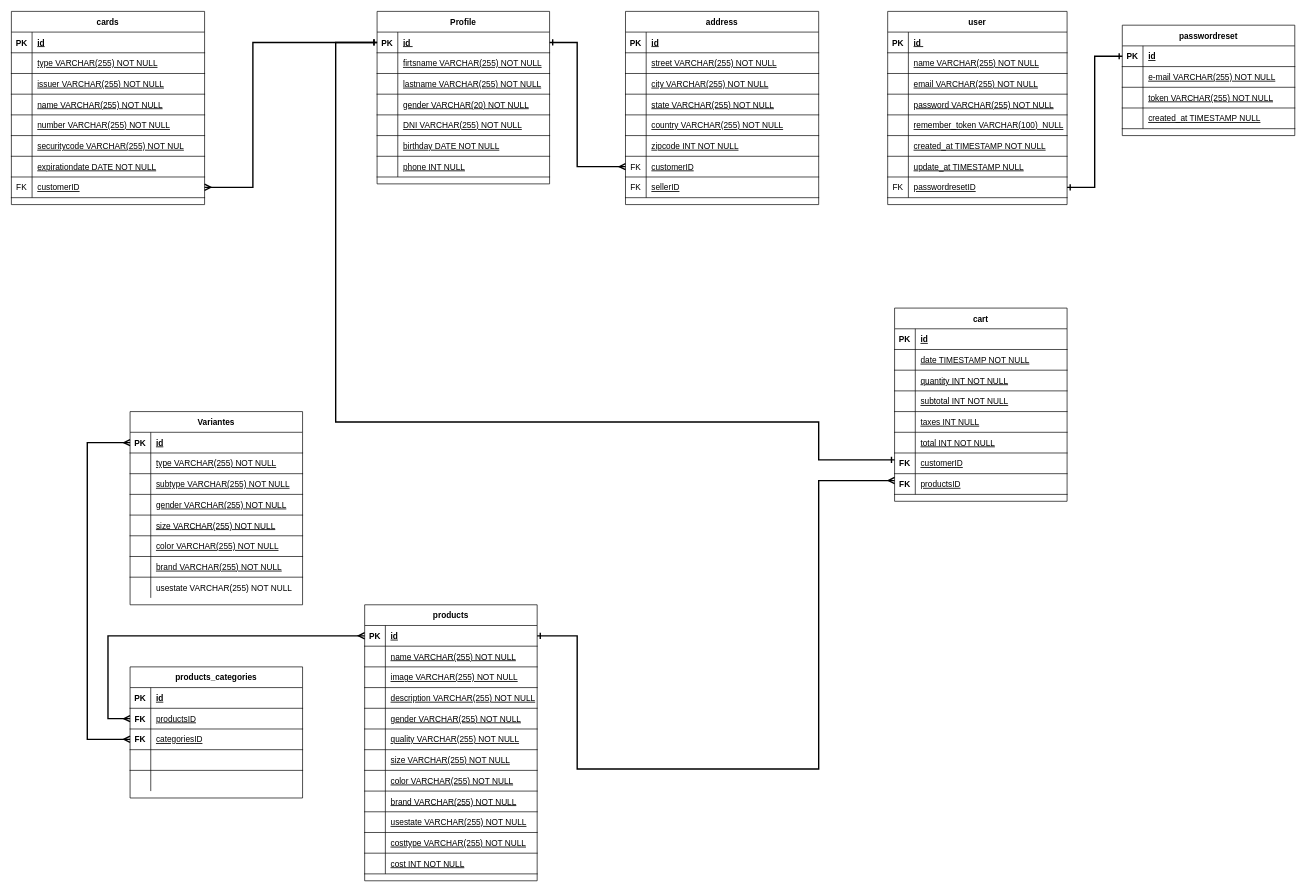
This is Untitled Diagram.drawio from canetemauricio/equipo11, a draw.io file, before an edit. Source tidied: cells renumbered, new cells numbered last; positions are measured from the earlier drawing's top-left corner, leaving out a move shared by most shapes. Both pictures are drawn from the tidied source at 69%, with x=0, y=0 at pixel (11, 11).
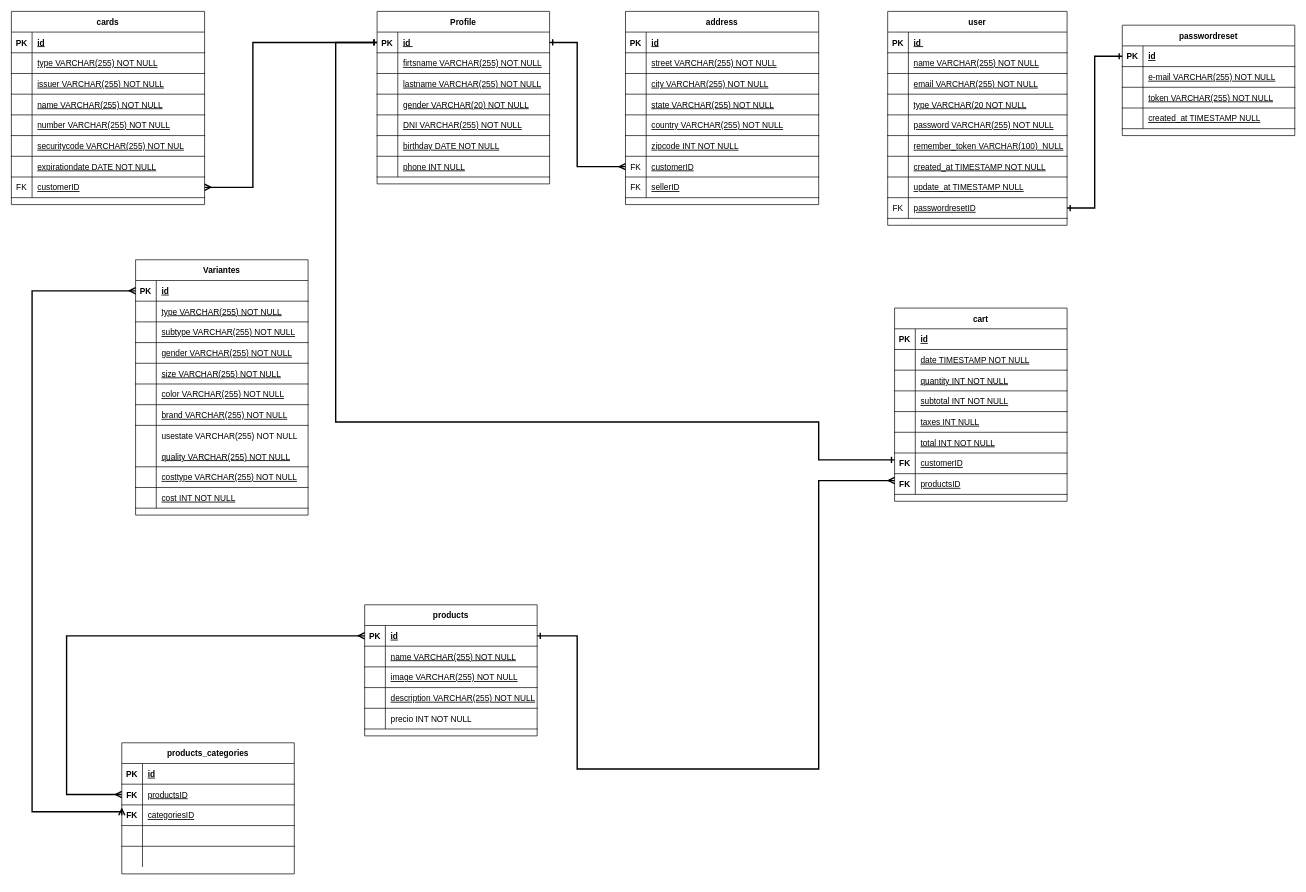
The same page after the edit.

The change refers to these unchanged cells:
```xml
<mxCell id="25" style="shape=partialRectangle;fillColor=none;points=[[0,0.5],[1,0.5]];portConstraint=eastwest;top=0;left=0;right=0;bottom=1;" parent="24" vertex="1">
  <mxGeometry y="30" width="250" height="30" as="geometry" />
</mxCell>
<mxCell id="37" style="shape=partialRectangle;fillColor=none;top=0;left=0;right=0;bottom=1;fontStyle=0;" parent="24" vertex="1">
  <mxGeometry y="150" width="250" height="30" as="geometry" />
</mxCell>
<mxCell id="186" style="shape=partialRectangle;fillColor=none;points=[[0,0.5],[1,0.5]];portConstraint=eastwest;top=0;left=0;right=0;bottom=1;" parent="182" vertex="1">
  <mxGeometry y="60" width="250" height="30" as="geometry" />
</mxCell>
<mxCell id="189" style="shape=partialRectangle;fillColor=none;points=[[0,0.5],[1,0.5]];portConstraint=eastwest;top=0;left=0;right=0;bottom=1;" parent="182" vertex="1">
  <mxGeometry y="90" width="250" height="30" as="geometry" />
</mxCell>
<mxCell id="200" style="shape=partialRectangle;fillColor=none;points=[[0,0.5],[1,0.5]];portConstraint=eastwest;top=0;left=0;right=0;bottom=1;" parent="199" vertex="1">
  <mxGeometry y="30" width="250" height="30" as="geometry" />
</mxCell>
```

Diff of the diagram source:
```diff
@@
     <mxCell id="24" value="products" style="shape=table;startSize=30;childLayout=tableLayout;rowLines=0;fontStyle=1;align=center;" parent="1" vertex="1">
-      <mxGeometry x="512" y="860" width="250" height="400" as="geometry" />
+      <mxGeometry x="512" y="860" width="250" height="190" as="geometry" />
     </mxCell>
@@
-    <mxCell id="39" value="gender VARCHAR(255) NOT NULL" style="shape=partialRectangle;overflow=hidden;fillColor=none;top=0;left=0;bottom=0;right=0;align=left;spacingLeft=6;fontStyle=4;" parent="37" vertex="1">
+    <mxCell id="39" value="precio INT NOT NULL" style="shape=partialRectangle;overflow=hidden;fillColor=none;top=0;left=0;bottom=0;right=0;align=left;spacingLeft=6;fontStyle=0;" parent="37" vertex="1">
       <mxGeometry x="30" width="220" height="30" as="geometry" />
     </mxCell>
-    <mxCell id="40" style="shape=partialRectangle;fillColor=none;top=0;left=0;right=0;bottom=1;fontStyle=0;" parent="24" vertex="1">
-      <mxGeometry y="180" width="250" height="30" as="geometry" />
-    </mxCell>
-    <mxCell id="41" style="shape=partialRectangle;overflow=hidden;fillColor=none;top=0;left=0;bottom=0;right=0;fontStyle=0;" parent="40" vertex="1">
-      <mxGeometry width="30" height="30" as="geometry" />
-    </mxCell>
-    <mxCell id="42" value="quality VARCHAR(255) NOT NULL" style="shape=partialRectangle;overflow=hidden;fillColor=none;top=0;left=0;bottom=0;right=0;align=left;spacingLeft=6;fontStyle=4;" parent="40" vertex="1">
-      <mxGeometry x="30" width="220" height="30" as="geometry" />
-    </mxCell>
-    <mxCell id="43" style="shape=partialRectangle;fillColor=none;top=0;left=0;right=0;bottom=1;fontStyle=0;" parent="24" vertex="1">
-      <mxGeometry y="210" width="250" height="30" as="geometry" />
-    </mxCell>
-    <mxCell id="44" style="shape=partialRectangle;overflow=hidden;fillColor=none;top=0;left=0;bottom=0;right=0;fontStyle=0;" parent="43" vertex="1">
-      <mxGeometry width="30" height="30" as="geometry" />
-    </mxCell>
-    <mxCell id="45" value="size VARCHAR(255) NOT NULL" style="shape=partialRectangle;overflow=hidden;fillColor=none;top=0;left=0;bottom=0;right=0;align=left;spacingLeft=6;fontStyle=4;" parent="43" vertex="1">
-      <mxGeometry x="30" width="220" height="30" as="geometry" />
-    </mxCell>
-    <mxCell id="46" style="shape=partialRectangle;fillColor=none;top=0;left=0;right=0;bottom=1;fontStyle=0;" parent="24" vertex="1">
-      <mxGeometry y="240" width="250" height="30" as="geometry" />
-    </mxCell>
-    <mxCell id="47" style="shape=partialRectangle;overflow=hidden;fillColor=none;top=0;left=0;bottom=0;right=0;fontStyle=0;" parent="46" vertex="1">
-      <mxGeometry width="30" height="30" as="geometry" />
-    </mxCell>
-    <mxCell id="48" value="color VARCHAR(255) NOT NULL" style="shape=partialRectangle;overflow=hidden;fillColor=none;top=0;left=0;bottom=0;right=0;align=left;spacingLeft=6;fontStyle=4;" parent="46" vertex="1">
-      <mxGeometry x="30" width="220" height="30" as="geometry" />
-    </mxCell>
-    <mxCell id="49" style="shape=partialRectangle;fillColor=none;top=0;left=0;right=0;bottom=1;fontStyle=0;" parent="24" vertex="1">
-      <mxGeometry y="270" width="250" height="30" as="geometry" />
-    </mxCell>
-    <mxCell id="50" style="shape=partialRectangle;overflow=hidden;fillColor=none;top=0;left=0;bottom=0;right=0;fontStyle=0;" parent="49" vertex="1">
-      <mxGeometry width="30" height="30" as="geometry" />
-    </mxCell>
-    <mxCell id="51" value="brand VARCHAR(255) NOT NULL" style="shape=partialRectangle;overflow=hidden;fillColor=none;top=0;left=0;bottom=0;right=0;align=left;spacingLeft=6;fontStyle=4;" parent="49" vertex="1">
-      <mxGeometry x="30" width="220" height="30" as="geometry" />
-    </mxCell>
-    <mxCell id="52" style="shape=partialRectangle;fillColor=none;top=0;left=0;right=0;bottom=1;fontStyle=0;" parent="24" vertex="1">
-      <mxGeometry y="300" width="250" height="30" as="geometry" />
-    </mxCell>
-    <mxCell id="53" style="shape=partialRectangle;overflow=hidden;fillColor=none;top=0;left=0;bottom=0;right=0;fontStyle=0;" parent="52" vertex="1">
-      <mxGeometry width="30" height="30" as="geometry" />
-    </mxCell>
-    <mxCell id="54" value="usestate VARCHAR(255) NOT NULL" style="shape=partialRectangle;overflow=hidden;fillColor=none;top=0;left=0;bottom=0;right=0;align=left;spacingLeft=6;fontStyle=4;" parent="52" vertex="1">
-      <mxGeometry x="30" width="220" height="30" as="geometry" />
-    </mxCell>
-    <mxCell id="55" style="shape=partialRectangle;fillColor=none;top=0;left=0;right=0;bottom=1;" parent="24" vertex="1">
-      <mxGeometry y="330" width="250" height="30" as="geometry" />
-    </mxCell>
-    <mxCell id="56" style="shape=partialRectangle;overflow=hidden;fillColor=none;top=0;left=0;bottom=0;right=0;fontStyle=1;" parent="55" vertex="1">
-      <mxGeometry width="30" height="30" as="geometry" />
-    </mxCell>
-    <mxCell id="57" value="costtype VARCHAR(255) NOT NULL" style="shape=partialRectangle;overflow=hidden;fillColor=none;top=0;left=0;bottom=0;right=0;align=left;spacingLeft=6;fontStyle=4;" parent="55" vertex="1">
-      <mxGeometry x="30" width="220" height="30" as="geometry" />
-    </mxCell>
-    <mxCell id="58" style="shape=partialRectangle;fillColor=none;top=0;left=0;right=0;bottom=1;fontStyle=0;" parent="24" vertex="1">
-      <mxGeometry y="360" width="250" height="30" as="geometry" />
-    </mxCell>
-    <mxCell id="59" style="shape=partialRectangle;overflow=hidden;fillColor=none;top=0;left=0;bottom=0;right=0;fontStyle=0;" parent="58" vertex="1">
-      <mxGeometry width="30" height="30" as="geometry" />
-    </mxCell>
-    <mxCell id="60" value="cost INT NOT NULL" style="shape=partialRectangle;overflow=hidden;fillColor=none;top=0;left=0;bottom=0;right=0;align=left;spacingLeft=6;fontStyle=4;" parent="58" vertex="1">
-      <mxGeometry x="30" width="220" height="30" as="geometry" />
-    </mxCell>
@@
     <mxCell id="154" value="user" style="shape=table;startSize=30;childLayout=tableLayout;rowLines=0;fontStyle=1;align=center;" parent="1" vertex="1">
-      <mxGeometry x="1270" width="260" height="280" as="geometry" />
+      <mxGeometry x="1270" width="260" height="310" as="geometry" />
     </mxCell>
@@
+    <mxCell id="228" style="shape=partialRectangle;fillColor=none;top=0;left=0;right=0;bottom=1;fontStyle=0;" parent="154" vertex="1">
+      <mxGeometry y="120" width="260" height="30" as="geometry" />
+    </mxCell>
+    <mxCell id="229" style="shape=partialRectangle;overflow=hidden;fillColor=none;top=0;left=0;bottom=0;right=0;fontStyle=0;" parent="228" vertex="1">
+      <mxGeometry width="30" height="30" as="geometry" />
+    </mxCell>
+    <mxCell id="230" value="type VARCHAR(20 NOT NULL" style="shape=partialRectangle;overflow=hidden;fillColor=none;top=0;left=0;bottom=0;right=0;align=left;spacingLeft=6;fontStyle=4;" parent="228" vertex="1">
+      <mxGeometry x="30" width="230" height="30" as="geometry" />
+    </mxCell>
     <mxCell id="164" style="shape=partialRectangle;fillColor=none;top=0;left=0;right=0;bottom=1;fontStyle=0;" parent="154" vertex="1">
-      <mxGeometry y="120" width="260" height="30" as="geometry" />
+      <mxGeometry y="150" width="260" height="30" as="geometry" />
     </mxCell>
@@
     <mxCell id="167" style="shape=partialRectangle;fillColor=none;top=0;left=0;right=0;bottom=1;fontStyle=0;" parent="154" vertex="1">
-      <mxGeometry y="150" width="260" height="30" as="geometry" />
+      <mxGeometry y="180" width="260" height="30" as="geometry" />
     </mxCell>
@@
     <mxCell id="170" style="shape=partialRectangle;fillColor=none;top=0;left=0;right=0;bottom=1;fontStyle=0;" parent="154" vertex="1">
-      <mxGeometry y="180" width="260" height="30" as="geometry" />
+      <mxGeometry y="210" width="260" height="30" as="geometry" />
     </mxCell>
@@
     <mxCell id="173" style="shape=partialRectangle;fillColor=none;top=0;left=0;right=0;bottom=1;fontStyle=0;" parent="154" vertex="1">
-      <mxGeometry y="210" width="260" height="30" as="geometry" />
+      <mxGeometry y="240" width="260" height="30" as="geometry" />
     </mxCell>
@@
     <mxCell id="176" style="shape=partialRectangle;fillColor=none;points=[[0,0.5],[1,0.5]];portConstraint=eastwest;top=0;left=0;right=0;bottom=1;fontStyle=0;" parent="154" vertex="1">
-      <mxGeometry y="240" width="260" height="30" as="geometry" />
+      <mxGeometry y="270" width="260" height="30" as="geometry" />
     </mxCell>
@@
     <mxCell id="180" style="edgeStyle=orthogonalEdgeStyle;rounded=0;jettySize=auto;html=1;startArrow=ERmany;startFill=0;endArrow=ERmany;endFill=0;strokeWidth=2;exitX=0;exitY=0.5;exitDx=0;exitDy=0;" parent="1" edge="1" source="186" target="25">
       <mxGeometry relative="1" as="geometry">
         <Array as="points">
-          <mxPoint x="140" y="1025" />
-          <mxPoint x="140" y="905" />
+          <mxPoint x="80" y="1135" />
+          <mxPoint x="80" y="905" />
         </Array>
       </mxGeometry>
     </mxCell>
@@
     <mxCell id="182" value="products_categories" style="shape=table;startSize=30;childLayout=tableLayout;rowLines=0;fontStyle=1;align=center;" parent="1" vertex="1">
-      <mxGeometry x="172" y="950" width="250" height="190" as="geometry" />
+      <mxGeometry x="160" y="1060" width="250" height="190" as="geometry" />
     </mxCell>
@@
     <mxCell id="198" style="edgeStyle=orthogonalEdgeStyle;rounded=0;jettySize=auto;html=1;startArrow=ERmany;startFill=0;endArrow=ERmany;endFill=0;strokeWidth=2;exitX=0;exitY=0.5;exitDx=0;exitDy=0;entryX=0;entryY=0.5;entryDx=0;entryDy=0;" parent="1" edge="1" source="189" target="200">
       <mxGeometry relative="1" as="geometry">
         <Array as="points">
-          <mxPoint x="110" y="1055" />
-          <mxPoint x="110" y="625" />
+          <mxPoint x="160" y="1160" />
+          <mxPoint x="30" y="1160" />
+          <mxPoint x="30" y="405" />
         </Array>
       </mxGeometry>
     </mxCell>
     <mxCell id="199" value="Variantes" style="shape=table;startSize=30;childLayout=tableLayout;rowLines=0;fontStyle=1;align=center;" parent="1" vertex="1">
-      <mxGeometry x="172" y="580" width="250" height="280" as="geometry" />
+      <mxGeometry x="180" y="360" width="250" height="370" as="geometry" />
     </mxCell>
@@
+    <mxCell id="40" style="shape=partialRectangle;fillColor=none;top=0;left=0;right=0;bottom=1;fontStyle=0;" parent="199" vertex="1">
+      <mxGeometry y="270" width="250" height="30" as="geometry" />
+    </mxCell>
+    <mxCell id="41" style="shape=partialRectangle;overflow=hidden;fillColor=none;top=0;left=0;bottom=0;right=0;fontStyle=0;" parent="40" vertex="1">
+      <mxGeometry width="30" height="30" as="geometry" />
+    </mxCell>
+    <mxCell id="42" value="quality VARCHAR(255) NOT NULL" style="shape=partialRectangle;overflow=hidden;fillColor=none;top=0;left=0;bottom=0;right=0;align=left;spacingLeft=6;fontStyle=4;" parent="40" vertex="1">
+      <mxGeometry x="30" width="220" height="30" as="geometry" />
+    </mxCell>
+    <mxCell id="55" style="shape=partialRectangle;fillColor=none;top=0;left=0;right=0;bottom=1;" parent="199" vertex="1">
+      <mxGeometry y="300" width="250" height="30" as="geometry" />
+    </mxCell>
+    <mxCell id="56" style="shape=partialRectangle;overflow=hidden;fillColor=none;top=0;left=0;bottom=0;right=0;fontStyle=1;" parent="55" vertex="1">
+      <mxGeometry width="30" height="30" as="geometry" />
+    </mxCell>
+    <mxCell id="57" value="costtype VARCHAR(255) NOT NULL" style="shape=partialRectangle;overflow=hidden;fillColor=none;top=0;left=0;bottom=0;right=0;align=left;spacingLeft=6;fontStyle=4;" parent="55" vertex="1">
+      <mxGeometry x="30" width="220" height="30" as="geometry" />
+    </mxCell>
+    <mxCell id="58" style="shape=partialRectangle;fillColor=none;top=0;left=0;right=0;bottom=1;fontStyle=0;" parent="199" vertex="1">
+      <mxGeometry y="330" width="250" height="30" as="geometry" />
+    </mxCell>
+    <mxCell id="59" style="shape=partialRectangle;overflow=hidden;fillColor=none;top=0;left=0;bottom=0;right=0;fontStyle=0;" parent="58" vertex="1">
+      <mxGeometry width="30" height="30" as="geometry" />
+    </mxCell>
+    <mxCell id="60" value="cost INT NOT NULL" style="shape=partialRectangle;overflow=hidden;fillColor=none;top=0;left=0;bottom=0;right=0;align=left;spacingLeft=6;fontStyle=4;" parent="58" vertex="1">
+      <mxGeometry x="30" width="220" height="30" as="geometry" />
+    </mxCell>
```
